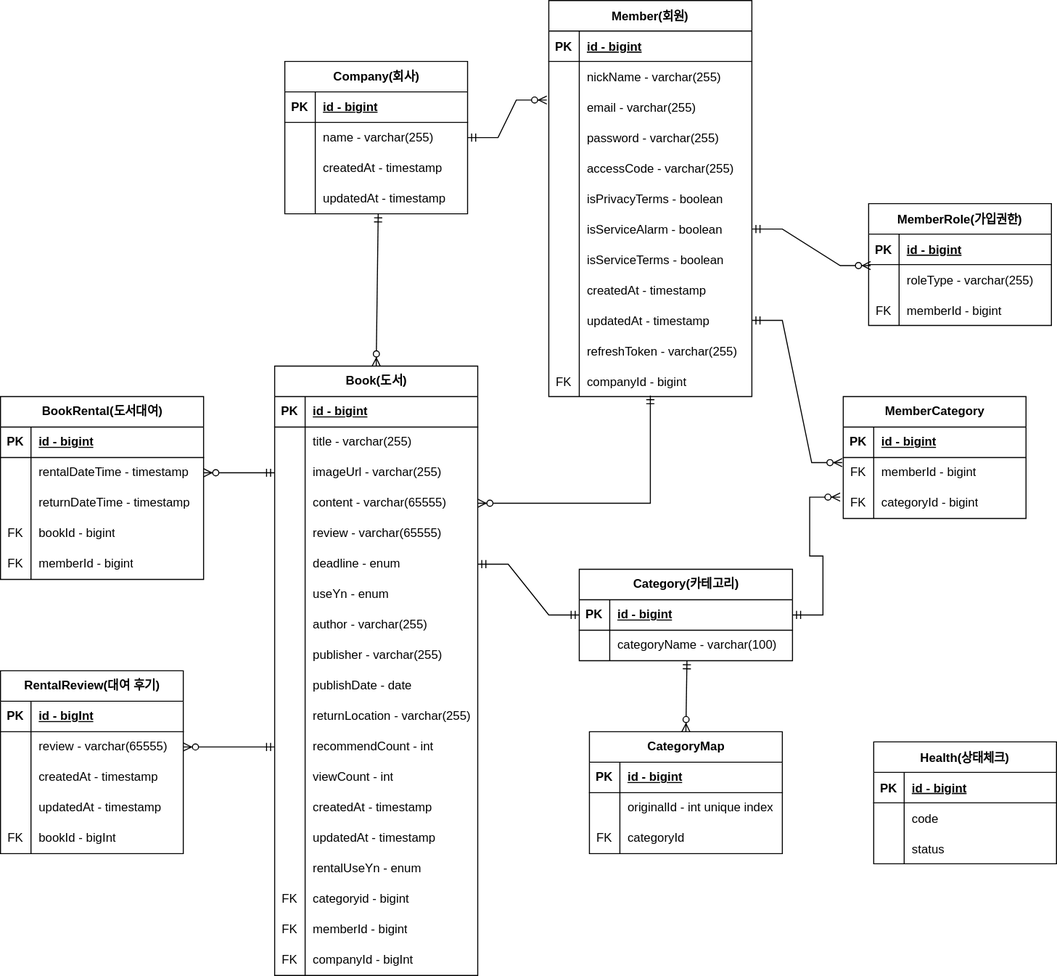
dukki-labs/litarary keeps this draw.io diagram as document/litarary.drawio.svg. Above is the earlier version. Source tidied: cells renumbered, new cells last; positions are measured from the earlier drawing's top-left corner, leaving out a move shared by most shapes.
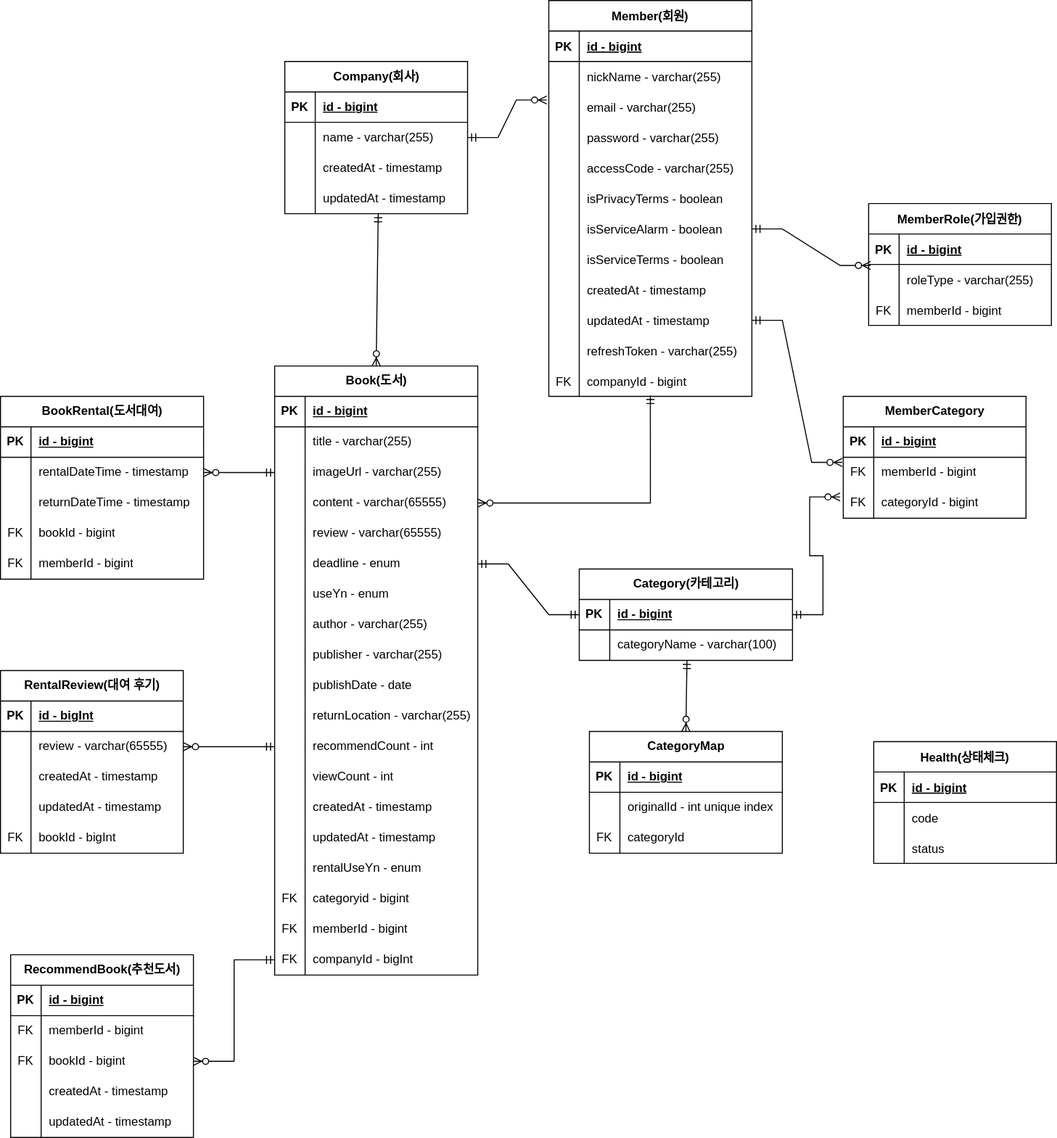
After the commit.

The edit, as a diff of the source:
```diff
@@ -593,5 +593,56 @@
     <mxCell id="198" style="fontSize=12;html=1;endArrow=ERzeroToMany;startArrow=ERmandOne;rounded=0;entryX=1;entryY=0.5;entryDx=0;entryDy=0;exitX=0;exitY=0.5;exitDx=0;exitDy=0;" parent="1" edge="1" source="112" target="186">
       <mxGeometry relative="1" as="geometry" />
     </mxCell>
+    <mxCell id="199" value="RecommendBook(추천도서)" style="shape=table;startSize=30;rowLines=0;fontStyle=1;align=center;html=1;" parent="1" vertex="1">
+      <mxGeometry x="10" y="940" width="180" height="180" as="geometry" />
+    </mxCell>
+    <mxCell id="200" style="shape=tableRow;horizontal=0;startSize=0;swimlaneHead=0;swimlaneBody=0;fillColor=none;top=0;left=0;right=0;bottom=1;" parent="199" vertex="1">
+      <mxGeometry y="30" width="180" height="30" as="geometry" />
+    </mxCell>
+    <mxCell id="201" value="PK" style="shape=partialRectangle;fillColor=none;top=0;left=0;bottom=0;right=0;fontStyle=1;overflow=hidden;whiteSpace=wrap;html=1;" parent="200" vertex="1">
+      <mxGeometry width="30" height="30" as="geometry" />
+    </mxCell>
+    <mxCell id="202" value="id - bigint" style="shape=partialRectangle;fillColor=none;top=0;left=0;bottom=0;right=0;align=left;spacingLeft=6;fontStyle=5;overflow=hidden;whiteSpace=wrap;html=1;" parent="200" vertex="1">
+      <mxGeometry x="30" width="150" height="30" as="geometry" />
+    </mxCell>
+    <mxCell id="203" style="shape=tableRow;horizontal=0;startSize=0;swimlaneHead=0;swimlaneBody=0;fillColor=none;top=0;left=0;right=0;bottom=0;" parent="199" vertex="1">
+      <mxGeometry y="60" width="180" height="30" as="geometry" />
+    </mxCell>
+    <mxCell id="204" value="FK" style="shape=partialRectangle;fillColor=none;top=0;left=0;bottom=0;right=0;overflow=hidden;whiteSpace=wrap;html=1;" parent="203" vertex="1">
+      <mxGeometry width="30" height="30" as="geometry" />
+    </mxCell>
+    <mxCell id="205" value="memberId - bigint" style="shape=partialRectangle;fillColor=none;top=0;left=0;bottom=0;right=0;align=left;spacingLeft=6;overflow=hidden;whiteSpace=wrap;html=1;" parent="203" vertex="1">
+      <mxGeometry x="30" width="150" height="30" as="geometry" />
+    </mxCell>
+    <mxCell id="206" style="shape=tableRow;horizontal=0;startSize=0;swimlaneHead=0;swimlaneBody=0;fillColor=none;points=[[0,0.5],[1,0.5]];portConstraint=eastwest;top=0;left=0;right=0;bottom=0;" parent="199" vertex="1">
+      <mxGeometry y="90" width="180" height="30" as="geometry" />
+    </mxCell>
+    <mxCell id="207" value="FK" style="shape=partialRectangle;fillColor=none;top=0;left=0;bottom=0;right=0;overflow=hidden;whiteSpace=wrap;html=1;" parent="206" vertex="1">
+      <mxGeometry width="30" height="30" as="geometry" />
+    </mxCell>
+    <mxCell id="208" value="bookId - bigint" style="shape=partialRectangle;fillColor=none;top=0;left=0;bottom=0;right=0;align=left;spacingLeft=6;overflow=hidden;whiteSpace=wrap;html=1;" parent="206" vertex="1">
+      <mxGeometry x="30" width="150" height="30" as="geometry" />
+    </mxCell>
+    <mxCell id="209" style="shape=tableRow;horizontal=0;startSize=0;swimlaneHead=0;swimlaneBody=0;fillColor=none;top=0;left=0;right=0;bottom=0;" parent="199" vertex="1">
+      <mxGeometry y="120" width="180" height="30" as="geometry" />
+    </mxCell>
+    <mxCell id="210" style="shape=partialRectangle;fillColor=none;top=0;left=0;bottom=0;right=0;overflow=hidden;whiteSpace=wrap;html=1;" parent="209" vertex="1">
+      <mxGeometry width="30" height="30" as="geometry" />
+    </mxCell>
+    <mxCell id="211" value="createdAt - timestamp" style="shape=partialRectangle;fillColor=none;top=0;left=0;bottom=0;right=0;align=left;spacingLeft=6;overflow=hidden;whiteSpace=wrap;html=1;" parent="209" vertex="1">
+      <mxGeometry x="30" width="150" height="30" as="geometry" />
+    </mxCell>
+    <mxCell id="212" style="shape=tableRow;horizontal=0;startSize=0;swimlaneHead=0;swimlaneBody=0;fillColor=none;top=0;left=0;right=0;bottom=0;" parent="199" vertex="1">
+      <mxGeometry y="150" width="180" height="30" as="geometry" />
+    </mxCell>
+    <mxCell id="213" style="shape=partialRectangle;fillColor=none;top=0;left=0;bottom=0;right=0;overflow=hidden;whiteSpace=wrap;html=1;" parent="212" vertex="1">
+      <mxGeometry width="30" height="30" as="geometry" />
+    </mxCell>
+    <mxCell id="214" value="updatedAt - timestamp" style="shape=partialRectangle;fillColor=none;top=0;left=0;bottom=0;right=0;align=left;spacingLeft=6;overflow=hidden;whiteSpace=wrap;html=1;" parent="212" vertex="1">
+      <mxGeometry x="30" width="150" height="30" as="geometry" />
+    </mxCell>
+    <mxCell id="215" style="fontSize=12;html=1;endArrow=ERzeroToMany;startArrow=ERmandOne;rounded=0;entryX=1;entryY=0.5;entryDx=0;entryDy=0;edgeStyle=orthogonalEdgeStyle;" parent="1" edge="1" source="133" target="206">
+      <mxGeometry relative="1" as="geometry" />
+    </mxCell>
   </root>
 </mxGraphModel>
```
